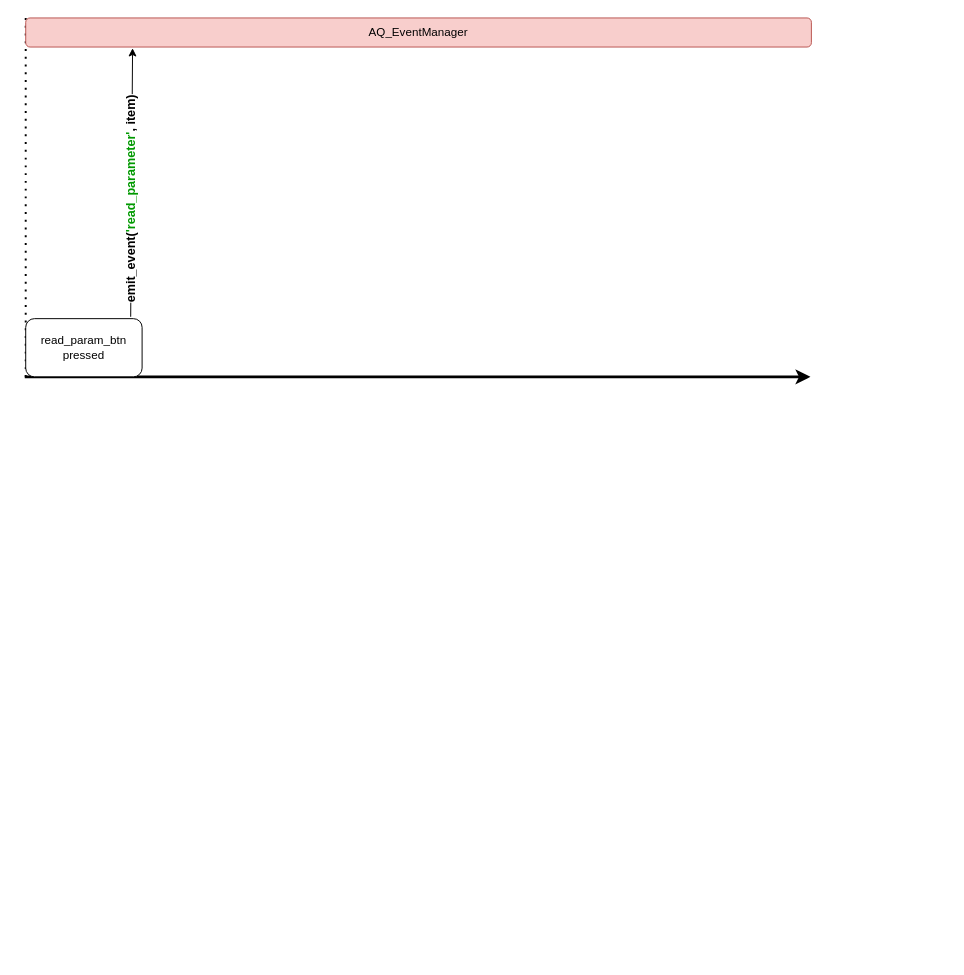
Above: page "Вичтення значення параметру" (6 of 8) of arch.drawio in romangolovkou/AQteck_toolMAX (draw.io), before the change. Source tidied: cells renumbered, new cells numbered last; positions are measured from the earlier drawing's top-left corner, leaving out a move shared by most shapes. Both pictures are drawn from the tidied source at 97%, with x=0, y=0 at pixel (24, 17).
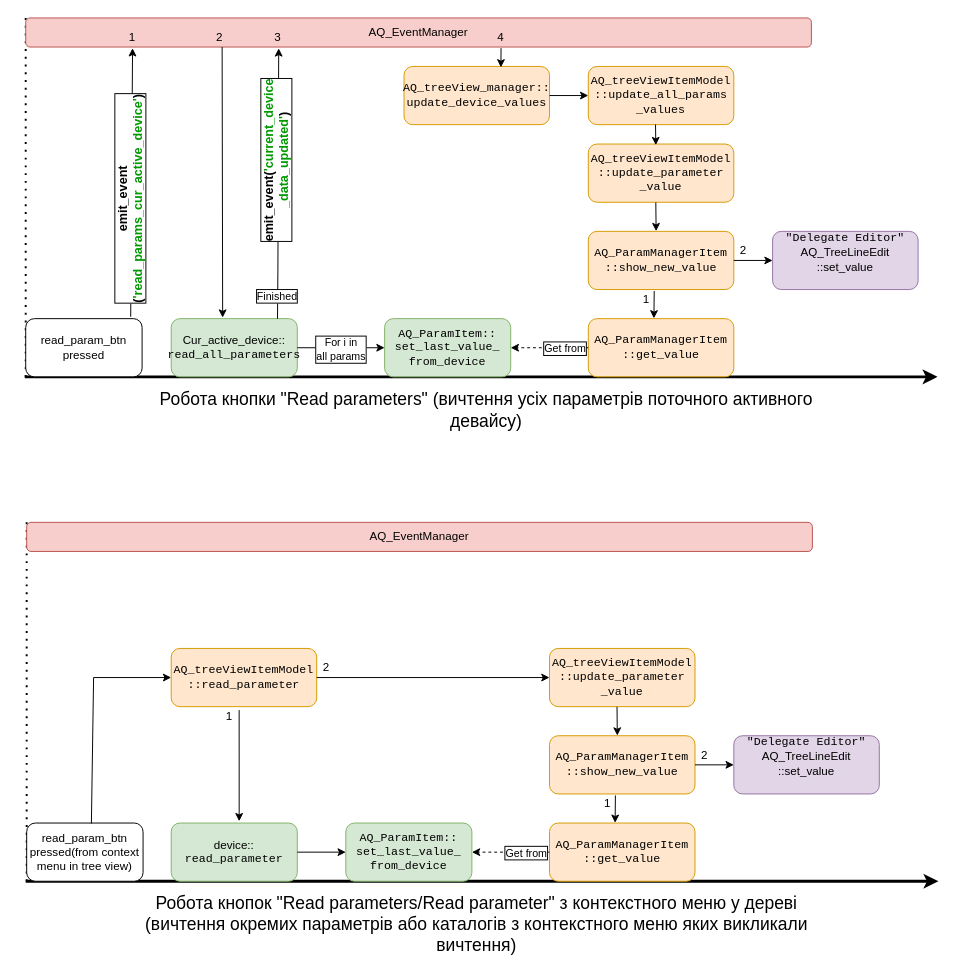
After the change.

The change refers to these unchanged cells:
```xml
<mxCell id="5" value="AQ_EventManager" style="rounded=1;whiteSpace=wrap;html=1;fillColor=#f8cecc;strokeColor=#b85450;" parent="1" vertex="1">
  <mxGeometry x="1" width="810" height="30" as="geometry" />
</mxCell>
```

The edit, as a diff of the source:
```diff
@@
     <mxCell id="2" style="endArrow=classic;html=1;rounded=0;strokeWidth=3;" parent="1" edge="1">
       <mxGeometry relative="1" as="geometry">
         <mxPoint y="370" as="sourcePoint" />
-        <mxPoint x="810" y="370" as="targetPoint" />
+        <mxPoint x="941" y="370" as="targetPoint" />
       </mxGeometry>
     </mxCell>
@@
-    <mxCell id="4" value="read_param_btn&lt;br&gt;pressed" style="rounded=1;whiteSpace=wrap;html=1;" parent="1" vertex="1">
+    <mxCell id="4" value="read_param_btn&lt;br&gt;pressed" style="rounded=1;whiteSpace=wrap;html=1;strokeWidth=1;" parent="1" vertex="1">
       <mxGeometry x="1" y="310" width="120" height="60" as="geometry" />
     </mxCell>
@@
-    <mxCell id="6" style="endArrow=classic;html=1;rounded=0;exitX=0.902;exitY=-0.032;exitDx=0;exitDy=0;exitPerimeter=0;entryX=0.136;entryY=1.04;entryDx=0;entryDy=0;entryPerimeter=0;" parent="1" edge="1" source="4" target="5">
+    <mxCell id="6" style="endArrow=classic;html=1;rounded=0;exitX=0.902;exitY=-0.032;exitDx=0;exitDy=0;exitPerimeter=0;entryX=0.136;entryY=1.04;entryDx=0;entryDy=0;entryPerimeter=0;strokeWidth=1;" parent="1" edge="1" source="4" target="5">
       <mxGeometry relative="1" as="geometry" />
     </mxCell>
-    <mxCell id="7" value="&lt;font style=&quot;font-size: 13px;&quot;&gt;&lt;b&gt;emit_event(&lt;font color=&quot;#009900&quot;&gt;'read_parameter'&lt;/font&gt;,&lt;font color=&quot;#009900&quot;&gt; &lt;/font&gt;item)&lt;/b&gt;&lt;/font&gt;" style="edgeLabel;html=1;align=center;verticalAlign=middle;rotation=-90;" parent="6" vertex="1">
+    <mxCell id="7" value="&lt;font style=&quot;font-size: 13px;&quot;&gt;&lt;b&gt;emit_event&lt;br&gt;(&lt;font color=&quot;#009900&quot;&gt;'&lt;/font&gt;&lt;/b&gt;&lt;b&gt;&lt;font color=&quot;#009900&quot;&gt;read_params_cur_active_device&lt;/font&gt;&lt;/b&gt;&lt;/font&gt;&lt;b style=&quot;font-size: 13px;&quot;&gt;&lt;font color=&quot;#009900&quot;&gt;'&lt;/font&gt;)&lt;/b&gt;" style="edgeLabel;html=1;align=center;verticalAlign=middle;rotation=-90;labelBorderColor=default;" parent="6" vertex="1">
       <mxGeometry x="-0.24" y="2" relative="1" as="geometry">
         <mxPoint y="-16" as="offset" />
       </mxGeometry>
     </mxCell>
+    <mxCell id="8" value="Cur_active_device::&lt;br&gt;&lt;div style=&quot;font-family: &amp;quot;JetBrains Mono&amp;quot;, monospace;&quot;&gt;read_all_parameters&lt;/div&gt;" style="rounded=1;whiteSpace=wrap;html=1;strokeWidth=1;fillColor=#d5e8d4;strokeColor=#82b366;" parent="1" vertex="1">
+      <mxGeometry x="151" y="310" width="130" height="60" as="geometry" />
+    </mxCell>
+    <mxCell id="9" style="endArrow=classic;html=1;rounded=0;exitX=0.25;exitY=1;exitDx=0;exitDy=0;entryX=0.408;entryY=-0.017;entryDx=0;entryDy=0;entryPerimeter=0;strokeWidth=1;" parent="1" edge="1" source="5" target="8">
+      <mxGeometry relative="1" as="geometry" />
+    </mxCell>
+    <mxCell id="10" value="&lt;div style=&quot;font-family: &amp;quot;JetBrains Mono&amp;quot;, monospace;&quot;&gt;AQ_ParamItem::&lt;br&gt;&lt;div style=&quot;&quot;&gt;set_last_value_&lt;br&gt;from_device&lt;/div&gt;&lt;/div&gt;" style="rounded=1;whiteSpace=wrap;html=1;fillColor=#d5e8d4;strokeColor=#82b366;" parent="1" vertex="1">
+      <mxGeometry x="371" y="310" width="130" height="60" as="geometry" />
+    </mxCell>
+    <mxCell id="11" style="endArrow=classic;html=1;rounded=0;exitX=1;exitY=0.5;exitDx=0;exitDy=0;entryX=0;entryY=0.5;entryDx=0;entryDy=0;" parent="1" edge="1" source="8" target="10">
+      <mxGeometry relative="1" as="geometry" />
+    </mxCell>
+    <mxCell id="12" value="For i in &lt;br&gt;all params" style="edgeLabel;html=1;align=center;verticalAlign=middle;labelBorderColor=default;" parent="11" vertex="1">
+      <mxGeometry x="-0.02" y="-1" relative="1" as="geometry" />
+    </mxCell>
+    <mxCell id="13" style="endArrow=none;html=1;rounded=0;exitX=0.843;exitY=0.002;exitDx=0;exitDy=0;exitPerimeter=0;" parent="1" edge="1" source="8">
+      <mxGeometry relative="1" as="geometry">
+        <mxPoint x="261" y="260" as="targetPoint" />
+      </mxGeometry>
+    </mxCell>
+    <mxCell id="14" value="Finished" style="edgeLabel;html=1;align=center;verticalAlign=middle;labelBorderColor=default;" parent="13" vertex="1">
+      <mxGeometry x="-0.05" y="1" relative="1" as="geometry" />
+    </mxCell>
+    <mxCell id="15" style="endArrow=classic;html=1;rounded=0;entryX=0.322;entryY=1.044;entryDx=0;entryDy=0;entryPerimeter=0;" parent="1" edge="1" target="5">
+      <mxGeometry relative="1" as="geometry">
+        <mxPoint x="261" y="260" as="sourcePoint" />
+      </mxGeometry>
+    </mxCell>
+    <mxCell id="16" value="&lt;b style=&quot;border-color: var(--border-color); font-size: 13px;&quot;&gt;emit_event(&lt;font style=&quot;border-color: var(--border-color);&quot; color=&quot;#009900&quot;&gt;'current_device&lt;br&gt;_data_updated&lt;/font&gt;&lt;/b&gt;&lt;b style=&quot;border-color: var(--border-color); font-size: 13px;&quot;&gt;&lt;font style=&quot;border-color: var(--border-color);&quot; color=&quot;#009900&quot;&gt;'&lt;/font&gt;)&lt;/b&gt;" style="edgeLabel;html=1;align=center;verticalAlign=middle;rotation=-90;labelBorderColor=default;" parent="15" vertex="1">
+      <mxGeometry x="-0.02" y="2" relative="1" as="geometry" />
+    </mxCell>
+    <mxCell id="17" value="&lt;div style=&quot;font-family: &amp;quot;JetBrains Mono&amp;quot;, monospace;&quot;&gt;AQ_treeView_manager::&lt;br&gt;update_device_values&lt;/div&gt;" style="rounded=1;whiteSpace=wrap;html=1;strokeWidth=1;fillColor=#ffe6cc;strokeColor=#d79b00;" parent="1" vertex="1">
+      <mxGeometry x="391" y="50" width="150" height="60" as="geometry" />
+    </mxCell>
+    <mxCell id="18" style="endArrow=classic;html=1;rounded=0;entryX=0.666;entryY=0.017;entryDx=0;entryDy=0;entryPerimeter=0;exitX=0.605;exitY=1.038;exitDx=0;exitDy=0;exitPerimeter=0;" parent="1" edge="1" source="5" target="17">
+      <mxGeometry relative="1" as="geometry" />
+    </mxCell>
+    <mxCell id="19" value="1" style="text;html=1;strokeColor=none;fillColor=none;align=center;verticalAlign=middle;whiteSpace=wrap;rounded=0;" parent="1" vertex="1">
+      <mxGeometry x="101" y="10" width="20" height="20" as="geometry" />
+    </mxCell>
+    <mxCell id="20" value="2" style="text;html=1;strokeColor=none;fillColor=none;align=center;verticalAlign=middle;whiteSpace=wrap;rounded=0;" parent="1" vertex="1">
+      <mxGeometry x="191" y="10" width="20" height="20" as="geometry" />
+    </mxCell>
+    <mxCell id="21" value="3" style="text;html=1;strokeColor=none;fillColor=none;align=center;verticalAlign=middle;whiteSpace=wrap;rounded=0;" parent="1" vertex="1">
+      <mxGeometry x="251" y="10" width="20" height="20" as="geometry" />
+    </mxCell>
+    <mxCell id="22" value="4" style="text;html=1;strokeColor=none;fillColor=none;align=center;verticalAlign=middle;whiteSpace=wrap;rounded=0;" parent="1" vertex="1">
+      <mxGeometry x="481" y="10" width="20" height="20" as="geometry" />
+    </mxCell>
+    <mxCell id="23" value="&lt;div style=&quot;font-family: &amp;quot;JetBrains Mono&amp;quot;, monospace;&quot;&gt;AQ_treeViewItemModel&lt;br&gt;::&lt;span style=&quot;background-color: initial;&quot;&gt;update_all_params&lt;/span&gt;&lt;div style=&quot;&quot;&gt;_values&lt;/div&gt;&lt;/div&gt;" style="rounded=1;whiteSpace=wrap;html=1;strokeWidth=1;fillColor=#ffe6cc;strokeColor=#d79b00;" parent="1" vertex="1">
+      <mxGeometry x="581" y="50" width="150" height="60" as="geometry" />
+    </mxCell>
+    <mxCell id="24" value="&lt;div style=&quot;font-family: &amp;quot;JetBrains Mono&amp;quot;, monospace;&quot;&gt;AQ_treeViewItemModel&lt;br&gt;::update_parameter&lt;br&gt;_value&lt;/div&gt;" style="rounded=1;whiteSpace=wrap;html=1;strokeWidth=1;fillColor=#ffe6cc;strokeColor=#d79b00;" parent="1" vertex="1">
+      <mxGeometry x="581" y="130" width="150" height="60" as="geometry" />
+    </mxCell>
+    <mxCell id="25" style="endArrow=classic;html=1;rounded=0;entryX=0;entryY=0.5;entryDx=0;entryDy=0;exitX=1;exitY=0.5;exitDx=0;exitDy=0;" parent="1" edge="1" source="17" target="23">
+      <mxGeometry relative="1" as="geometry" />
+    </mxCell>
+    <mxCell id="26" style="endArrow=classic;html=1;rounded=0;entryX=0.464;entryY=0.019;entryDx=0;entryDy=0;entryPerimeter=0;exitX=0.462;exitY=0.997;exitDx=0;exitDy=0;exitPerimeter=0;" parent="1" edge="1" source="23" target="24">
+      <mxGeometry relative="1" as="geometry" />
+    </mxCell>
+    <mxCell id="27" value="&lt;div style=&quot;font-family: &amp;quot;JetBrains Mono&amp;quot;, monospace;&quot;&gt;&lt;div style=&quot;&quot;&gt;AQ_ParamManagerItem&lt;/div&gt;::show_new_value&lt;/div&gt;" style="rounded=1;whiteSpace=wrap;html=1;strokeWidth=1;fillColor=#ffe6cc;strokeColor=#d79b00;" parent="1" vertex="1">
+      <mxGeometry x="581" y="220" width="150" height="60" as="geometry" />
+    </mxCell>
+    <mxCell id="28" style="endArrow=classic;html=1;rounded=0;entryX=0.466;entryY=-0.003;entryDx=0;entryDy=0;entryPerimeter=0;exitX=0.464;exitY=1.003;exitDx=0;exitDy=0;exitPerimeter=0;" parent="1" edge="1" source="24" target="27">
+      <mxGeometry relative="1" as="geometry" />
+    </mxCell>
+    <mxCell id="29" value="&lt;div style=&quot;font-family: &amp;quot;JetBrains Mono&amp;quot;, monospace;&quot;&gt;&lt;div style=&quot;&quot;&gt;AQ_ParamManagerItem&lt;/div&gt;::get_value&lt;/div&gt;" style="rounded=1;whiteSpace=wrap;html=1;strokeWidth=1;fillColor=#ffe6cc;strokeColor=#d79b00;" parent="1" vertex="1">
+      <mxGeometry x="581" y="310" width="150" height="60" as="geometry" />
+    </mxCell>
+    <mxCell id="30" style="endArrow=classic;html=1;rounded=0;entryX=0.451;entryY=-0.004;entryDx=0;entryDy=0;entryPerimeter=0;exitX=0.453;exitY=1.026;exitDx=0;exitDy=0;exitPerimeter=0;" parent="1" edge="1" source="27" target="29">
+      <mxGeometry relative="1" as="geometry" />
+    </mxCell>
+    <mxCell id="31" style="endArrow=classic;html=1;rounded=0;exitX=0;exitY=0.5;exitDx=0;exitDy=0;entryX=1;entryY=0.5;entryDx=0;entryDy=0;dashed=1;" parent="1" edge="1" source="29" target="10">
+      <mxGeometry relative="1" as="geometry" />
+    </mxCell>
+    <mxCell id="32" value="Get from" style="edgeLabel;html=1;align=center;verticalAlign=middle;labelBorderColor=default;" parent="31" vertex="1">
+      <mxGeometry x="-0.37" relative="1" as="geometry" />
+    </mxCell>
+    <mxCell id="33" value="1" style="text;html=1;strokeColor=none;fillColor=none;align=center;verticalAlign=middle;whiteSpace=wrap;rounded=0;" parent="1" vertex="1">
+      <mxGeometry x="631" y="280" width="20" height="20" as="geometry" />
+    </mxCell>
+    <mxCell id="34" value="&lt;div style=&quot;font-family: &amp;quot;JetBrains Mono&amp;quot;, monospace;&quot;&gt;&lt;div style=&quot;&quot;&gt;&quot;Delegate Editor&quot;&lt;br style=&quot;border-color: var(--border-color); font-family: Helvetica; font-weight: 700;&quot;&gt;&lt;span style=&quot;font-family: Helvetica;&quot;&gt;AQ_TreeLineEdit&lt;br&gt;::set_value&lt;/span&gt;&lt;br style=&quot;border-color: var(--border-color); font-family: Helvetica; font-weight: 700;&quot;&gt;&lt;span style=&quot;border-color: var(--border-color); font-family: Helvetica;&quot;&gt;&amp;nbsp;&lt;/span&gt;&lt;br&gt;&lt;/div&gt;&lt;/div&gt;" style="rounded=1;whiteSpace=wrap;html=1;strokeWidth=1;fillColor=#e1d5e7;strokeColor=#9673a6;" parent="1" vertex="1">
+      <mxGeometry x="771" y="220" width="150" height="60" as="geometry" />
+    </mxCell>
+    <mxCell id="35" style="endArrow=classic;html=1;rounded=0;exitX=1;exitY=0.5;exitDx=0;exitDy=0;entryX=0;entryY=0.5;entryDx=0;entryDy=0;" parent="1" edge="1" source="27" target="34">
+      <mxGeometry relative="1" as="geometry" />
+    </mxCell>
+    <mxCell id="36" value="2" style="text;html=1;strokeColor=none;fillColor=none;align=center;verticalAlign=middle;whiteSpace=wrap;rounded=0;" parent="1" vertex="1">
+      <mxGeometry x="731" y="230" width="20" height="20" as="geometry" />
+    </mxCell>
+    <mxCell id="37" style="endArrow=classic;html=1;rounded=0;strokeWidth=3;" parent="1" edge="1">
+      <mxGeometry relative="1" as="geometry">
+        <mxPoint x="1" y="890" as="sourcePoint" />
+        <mxPoint x="942" y="890" as="targetPoint" />
+      </mxGeometry>
+    </mxCell>
+    <mxCell id="38" style="endArrow=none;dashed=1;html=1;dashPattern=1 3;strokeWidth=2;rounded=0;" parent="1" edge="1">
+      <mxGeometry relative="1" as="geometry">
+        <mxPoint x="2" y="890" as="sourcePoint" />
+        <mxPoint x="2" y="520" as="targetPoint" />
+      </mxGeometry>
+    </mxCell>
+    <mxCell id="39" value="read_param_btn&lt;br&gt;pressed(from context menu in tree view)" style="rounded=1;whiteSpace=wrap;html=1;strokeWidth=1;" parent="1" vertex="1">
+      <mxGeometry x="2" y="830" width="120" height="60" as="geometry" />
+    </mxCell>
+    <mxCell id="40" value="AQ_EventManager" style="rounded=1;whiteSpace=wrap;html=1;fillColor=#f8cecc;strokeColor=#b85450;" parent="1" vertex="1">
+      <mxGeometry x="2" y="520" width="810" height="30" as="geometry" />
+    </mxCell>
+    <mxCell id="41" value="&lt;div style=&quot;font-family: &amp;quot;JetBrains Mono&amp;quot;, monospace;&quot;&gt;AQ_ParamItem::&lt;br&gt;&lt;div style=&quot;&quot;&gt;set_last_value_&lt;br&gt;from_device&lt;/div&gt;&lt;/div&gt;" style="rounded=1;whiteSpace=wrap;html=1;fillColor=#d5e8d4;strokeColor=#82b366;" parent="1" vertex="1">
+      <mxGeometry x="331" y="830" width="130" height="60" as="geometry" />
+    </mxCell>
+    <mxCell id="42" value="&lt;div style=&quot;font-family: &amp;quot;JetBrains Mono&amp;quot;, monospace;&quot;&gt;AQ_treeViewItemModel&lt;br&gt;::update_parameter&lt;br&gt;_value&lt;/div&gt;" style="rounded=1;whiteSpace=wrap;html=1;strokeWidth=1;fillColor=#ffe6cc;strokeColor=#d79b00;" parent="1" vertex="1">
+      <mxGeometry x="541" y="650" width="150" height="60" as="geometry" />
+    </mxCell>
+    <mxCell id="43" value="&lt;div style=&quot;font-family: &amp;quot;JetBrains Mono&amp;quot;, monospace;&quot;&gt;&lt;div style=&quot;&quot;&gt;AQ_ParamManagerItem&lt;/div&gt;::show_new_value&lt;/div&gt;" style="rounded=1;whiteSpace=wrap;html=1;strokeWidth=1;fillColor=#ffe6cc;strokeColor=#d79b00;" parent="1" vertex="1">
+      <mxGeometry x="541" y="740" width="150" height="60" as="geometry" />
+    </mxCell>
+    <mxCell id="44" style="endArrow=classic;html=1;rounded=0;entryX=0.466;entryY=-0.003;entryDx=0;entryDy=0;entryPerimeter=0;exitX=0.464;exitY=1.003;exitDx=0;exitDy=0;exitPerimeter=0;" parent="1" edge="1" source="42" target="43">
+      <mxGeometry relative="1" as="geometry" />
+    </mxCell>
+    <mxCell id="45" value="&lt;div style=&quot;font-family: &amp;quot;JetBrains Mono&amp;quot;, monospace;&quot;&gt;&lt;div style=&quot;&quot;&gt;AQ_ParamManagerItem&lt;/div&gt;::get_value&lt;/div&gt;" style="rounded=1;whiteSpace=wrap;html=1;strokeWidth=1;fillColor=#ffe6cc;strokeColor=#d79b00;" parent="1" vertex="1">
+      <mxGeometry x="541" y="830" width="150" height="60" as="geometry" />
+    </mxCell>
+    <mxCell id="46" style="endArrow=classic;html=1;rounded=0;entryX=0.451;entryY=-0.004;entryDx=0;entryDy=0;entryPerimeter=0;exitX=0.453;exitY=1.026;exitDx=0;exitDy=0;exitPerimeter=0;" parent="1" edge="1" source="43" target="45">
+      <mxGeometry relative="1" as="geometry" />
+    </mxCell>
+    <mxCell id="47" style="endArrow=classic;html=1;rounded=0;exitX=0;exitY=0.5;exitDx=0;exitDy=0;entryX=1;entryY=0.5;entryDx=0;entryDy=0;dashed=1;" parent="1" edge="1" source="45" target="41">
+      <mxGeometry relative="1" as="geometry" />
+    </mxCell>
+    <mxCell id="48" value="Get from" style="edgeLabel;html=1;align=center;verticalAlign=middle;labelBorderColor=default;" parent="47" vertex="1">
+      <mxGeometry x="-0.37" relative="1" as="geometry" />
+    </mxCell>
+    <mxCell id="49" value="1" style="text;html=1;strokeColor=none;fillColor=none;align=center;verticalAlign=middle;whiteSpace=wrap;rounded=0;" parent="1" vertex="1">
+      <mxGeometry x="591" y="800" width="20" height="20" as="geometry" />
+    </mxCell>
+    <mxCell id="50" value="&lt;div style=&quot;font-family: &amp;quot;JetBrains Mono&amp;quot;, monospace;&quot;&gt;&lt;div style=&quot;&quot;&gt;&quot;Delegate Editor&quot;&lt;br style=&quot;border-color: var(--border-color); font-family: Helvetica; font-weight: 700;&quot;&gt;&lt;span style=&quot;font-family: Helvetica;&quot;&gt;AQ_TreeLineEdit&lt;br&gt;::set_value&lt;/span&gt;&lt;br style=&quot;border-color: var(--border-color); font-family: Helvetica; font-weight: 700;&quot;&gt;&lt;span style=&quot;border-color: var(--border-color); font-family: Helvetica;&quot;&gt;&amp;nbsp;&lt;/span&gt;&lt;br&gt;&lt;/div&gt;&lt;/div&gt;" style="rounded=1;whiteSpace=wrap;html=1;strokeWidth=1;fillColor=#e1d5e7;strokeColor=#9673a6;" parent="1" vertex="1">
+      <mxGeometry x="731" y="740" width="150" height="60" as="geometry" />
+    </mxCell>
+    <mxCell id="51" style="endArrow=classic;html=1;rounded=0;exitX=1;exitY=0.5;exitDx=0;exitDy=0;entryX=0;entryY=0.5;entryDx=0;entryDy=0;" parent="1" edge="1" source="43" target="50">
+      <mxGeometry relative="1" as="geometry" />
+    </mxCell>
+    <mxCell id="52" value="2" style="text;html=1;strokeColor=none;fillColor=none;align=center;verticalAlign=middle;whiteSpace=wrap;rounded=0;" parent="1" vertex="1">
+      <mxGeometry x="691" y="750" width="20" height="20" as="geometry" />
+    </mxCell>
+    <mxCell id="53" value="&lt;span style=&quot;font-size: 18px;&quot;&gt;Робота кнопки &quot;Read parameters&quot; (вичтення усіх параметрів поточного активного девайсу)&lt;/span&gt;" style="text;html=1;strokeColor=none;fillColor=none;align=center;verticalAlign=middle;whiteSpace=wrap;rounded=0;" parent="1" vertex="1">
+      <mxGeometry x="101" y="370" width="750" height="70" as="geometry" />
+    </mxCell>
+    <mxCell id="54" value="&lt;div style=&quot;font-family: &amp;quot;JetBrains Mono&amp;quot;, monospace;&quot;&gt;AQ_treeViewItemModel&lt;br&gt;::read_parameter&lt;/div&gt;" style="rounded=1;whiteSpace=wrap;html=1;strokeWidth=1;fillColor=#ffe6cc;strokeColor=#d79b00;" parent="1" vertex="1">
+      <mxGeometry x="151" y="650" width="150" height="60" as="geometry" />
+    </mxCell>
+    <mxCell id="55" value="device::&lt;br&gt;&lt;div style=&quot;font-family: &amp;quot;JetBrains Mono&amp;quot;, monospace;&quot;&gt;read_parameter&lt;/div&gt;" style="rounded=1;whiteSpace=wrap;html=1;strokeWidth=1;fillColor=#d5e8d4;strokeColor=#82b366;" parent="1" vertex="1">
+      <mxGeometry x="151" y="830" width="130" height="60" as="geometry" />
+    </mxCell>
+    <mxCell id="56" value="1" style="text;html=1;strokeColor=none;fillColor=none;align=center;verticalAlign=middle;whiteSpace=wrap;rounded=0;" parent="1" vertex="1">
+      <mxGeometry x="201" y="710" width="20" height="20" as="geometry" />
+    </mxCell>
+    <mxCell id="57" style="endArrow=classic;html=1;rounded=0;exitX=0.556;exitY=0.008;exitDx=0;exitDy=0;exitPerimeter=0;entryX=0;entryY=0.5;entryDx=0;entryDy=0;" parent="1" edge="1" source="39" target="54">
+      <mxGeometry relative="1" as="geometry">
+        <Array as="points">
+          <mxPoint x="71" y="680" />
+        </Array>
+      </mxGeometry>
+    </mxCell>
+    <mxCell id="58" style="endArrow=classic;html=1;rounded=0;exitX=1;exitY=0.5;exitDx=0;exitDy=0;entryX=0;entryY=0.5;entryDx=0;entryDy=0;" parent="1" edge="1" source="54" target="42">
+      <mxGeometry relative="1" as="geometry" />
+    </mxCell>
+    <mxCell id="59" value="2" style="text;html=1;strokeColor=none;fillColor=none;align=center;verticalAlign=middle;whiteSpace=wrap;rounded=0;" parent="1" vertex="1">
+      <mxGeometry x="301" y="660" width="20" height="20" as="geometry" />
+    </mxCell>
+    <mxCell id="60" style="endArrow=classic;html=1;rounded=0;exitX=1;exitY=0.5;exitDx=0;exitDy=0;entryX=0;entryY=0.5;entryDx=0;entryDy=0;" parent="1" edge="1" source="55" target="41">
+      <mxGeometry relative="1" as="geometry" />
+    </mxCell>
+    <mxCell id="61" style="endArrow=classic;html=1;rounded=0;exitX=0.467;exitY=1.059;exitDx=0;exitDy=0;exitPerimeter=0;entryX=0.539;entryY=-0.031;entryDx=0;entryDy=0;entryPerimeter=0;" parent="1" edge="1" source="54" target="55">
+      <mxGeometry relative="1" as="geometry" />
+    </mxCell>
+    <mxCell id="62" value="&lt;span style=&quot;font-size: 18px;&quot;&gt;Робота кнопок &quot;Read parameters/Read parameter&quot; з контекстного меню у дереві (вичтення окремих параметрів або каталогів з контекстного меню яких викликали вичтення)&lt;/span&gt;" style="text;html=1;strokeColor=none;fillColor=none;align=center;verticalAlign=middle;whiteSpace=wrap;rounded=0;" parent="1" vertex="1">
+      <mxGeometry x="91" y="900" width="750" height="70" as="geometry" />
+    </mxCell>
```
